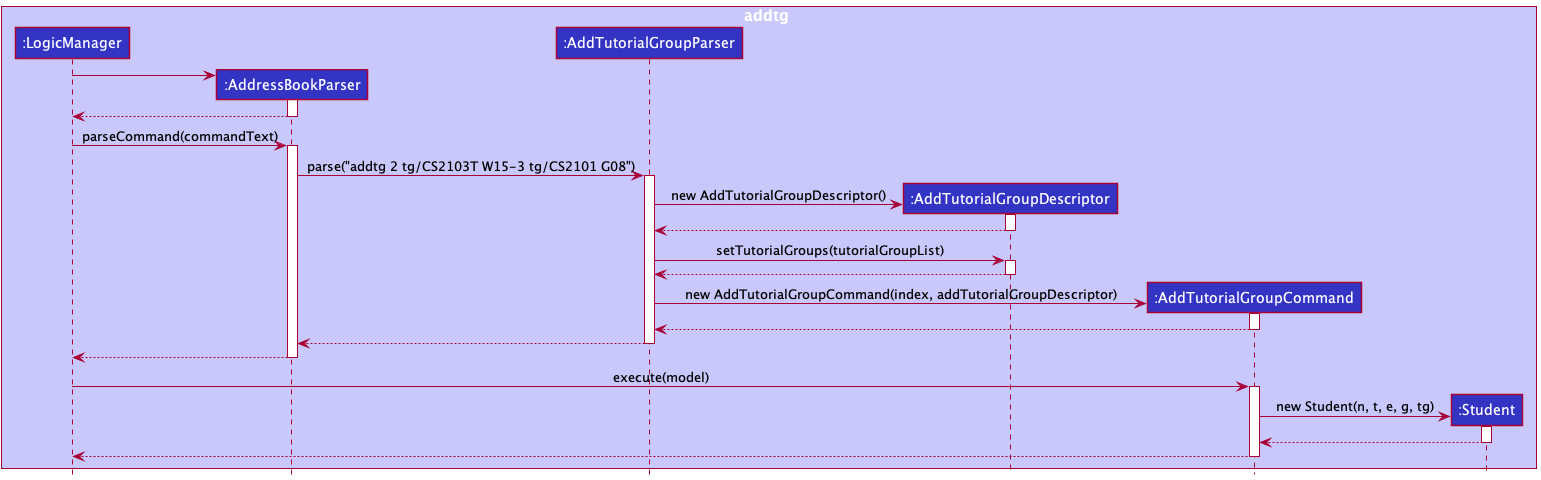
Earlier version of the PlantUML export docs/images/AddTutorialGroupSequenceDiagram.png (vanessaxuuan/tp).
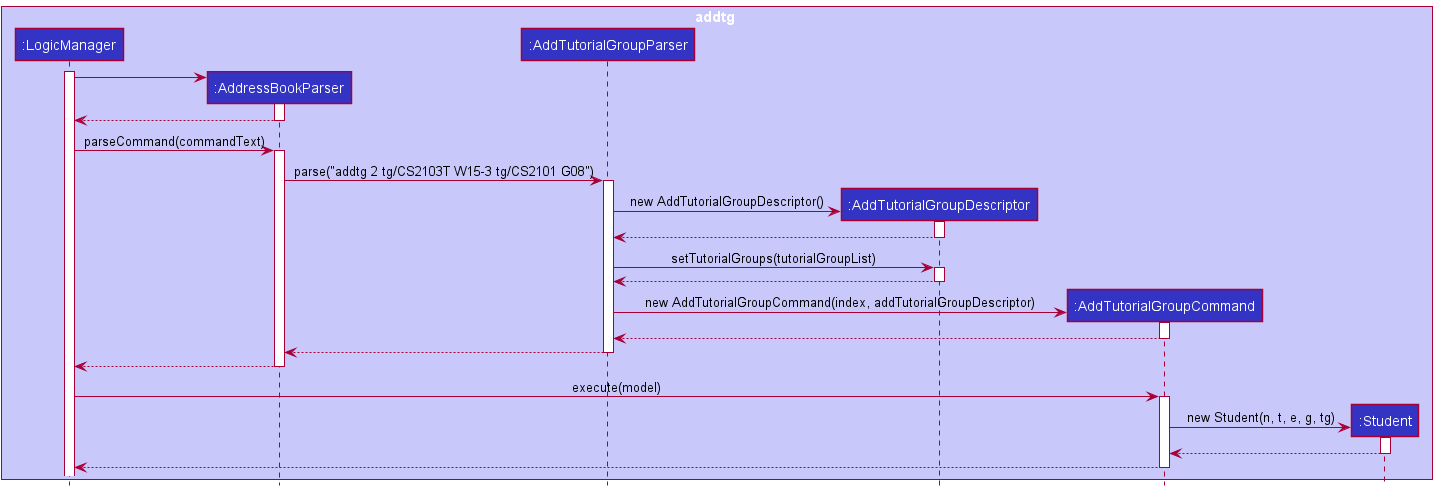
Later version of the same file.

The edit, as a diff of the source:
```diff
@@ -9,6 +9,8 @@
 participant ":AddTutorialGroupCommand" as AddTutorialGroupCommand LOGIC_COLOR
 participant ":Student" as Student LOGIC_COLOR
 end box
+
+activate LogicManager
 
 create AddressBookParser
 LogicManager -> AddressBookParser
```
